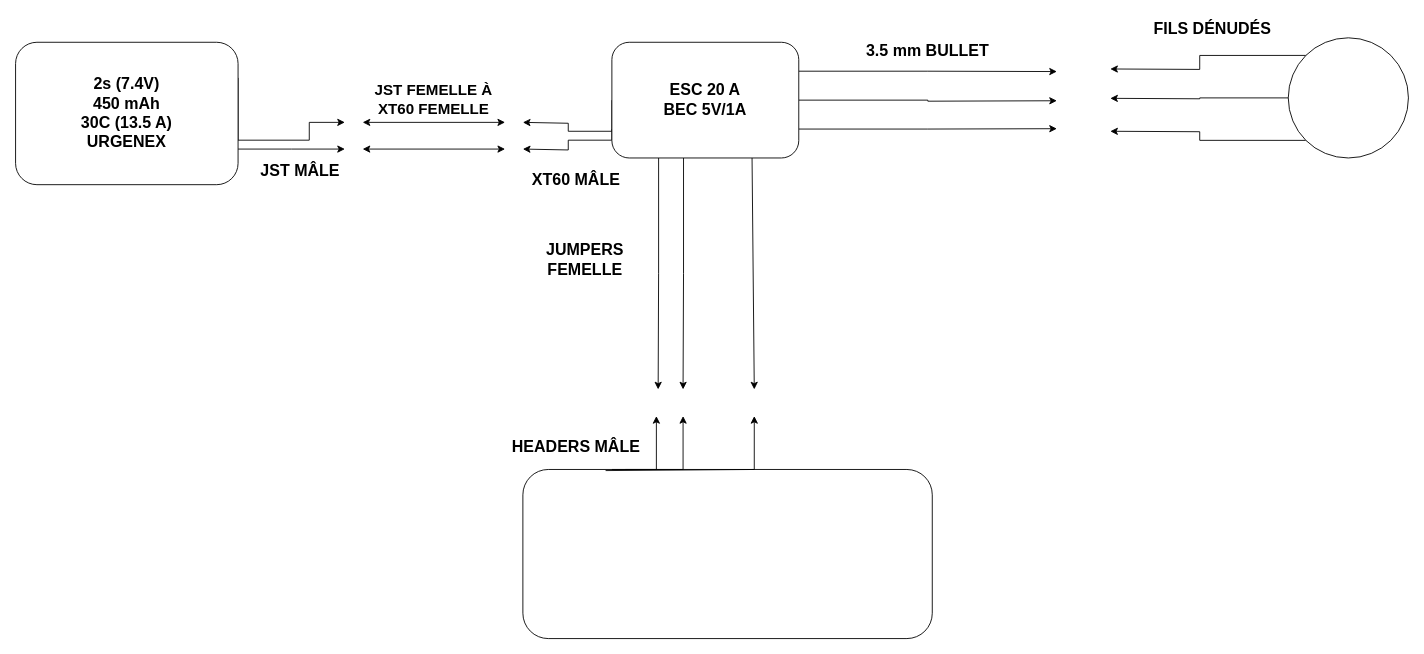
This is Untitled Diagram.drawio from Astro-Coco/Code_INSECt, a draw.io file, before an edit. Source tidied: cells renumbered, new cells numbered last; positions are measured from the earlier drawing's top-left corner, leaving out a move shared by most shapes. Both pictures are drawn from the tidied source at 89%, with x=0, y=0 at pixel (15, 15).
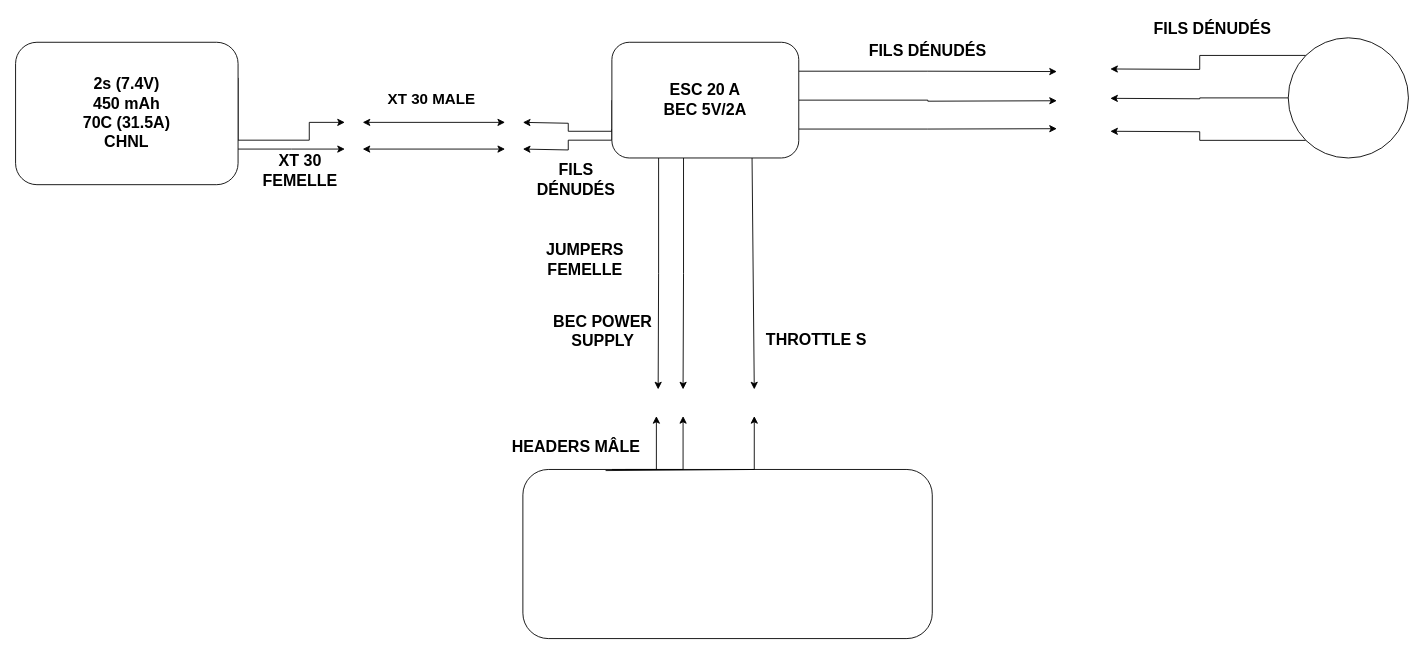
Above is the later version.

The edit, as a diff of the source:
```diff
@@
-    <mxCell id="4" value="&lt;font style=&quot;font-size: 18px;&quot;&gt;&lt;b&gt;2s (7.4V)&lt;/b&gt;&lt;/font&gt;&lt;div style=&quot;font-size: 18px;&quot;&gt;&lt;font style=&quot;font-size: 18px;&quot;&gt;&lt;b&gt;450 mAh&lt;/b&gt;&lt;/font&gt;&lt;/div&gt;&lt;div style=&quot;font-size: 18px;&quot;&gt;&lt;font style=&quot;font-size: 18px;&quot;&gt;&lt;b&gt;30C (13.5 A)&lt;br&gt;URGENEX&lt;/b&gt;&lt;/font&gt;&lt;/div&gt;" style="rounded=1;whiteSpace=wrap;html=1;" parent="1" vertex="1">
+    <mxCell id="4" value="&lt;font style=&quot;font-size: 18px;&quot;&gt;&lt;b&gt;2s (7.4V)&lt;/b&gt;&lt;/font&gt;&lt;div style=&quot;font-size: 18px;&quot;&gt;&lt;font style=&quot;font-size: 18px;&quot;&gt;&lt;b&gt;450 mAh&lt;/b&gt;&lt;/font&gt;&lt;/div&gt;&lt;div style=&quot;font-size: 18px;&quot;&gt;&lt;font style=&quot;font-size: 18px;&quot;&gt;&lt;b&gt;70C (31.5A)&lt;br&gt;CHNL&lt;/b&gt;&lt;/font&gt;&lt;/div&gt;" style="rounded=1;whiteSpace=wrap;html=1;" parent="1" vertex="1">
       <mxGeometry y="30" width="250" height="160" as="geometry" />
     </mxCell>
-    <mxCell id="5" value="&lt;b&gt;&lt;font style=&quot;font-size: 18px;&quot;&gt;JST MÂLE&lt;/font&gt;&lt;/b&gt;" style="text;html=1;align=center;verticalAlign=middle;whiteSpace=wrap;rounded=0;" parent="1" vertex="1">
+    <mxCell id="5" value="&lt;b&gt;&lt;font style=&quot;font-size: 18px;&quot;&gt;XT 30 FEMELLE&lt;/font&gt;&lt;/b&gt;" style="text;html=1;align=center;verticalAlign=middle;whiteSpace=wrap;rounded=0;" parent="1" vertex="1">
       <mxGeometry x="260" y="160" width="120" height="30" as="geometry" />
     </mxCell>
@@
-    <mxCell id="13" value="&lt;font style=&quot;font-size: 18px;&quot;&gt;&lt;b&gt;ESC 20 A&lt;/b&gt;&lt;/font&gt;&lt;div style=&quot;font-size: 18px;&quot;&gt;&lt;font style=&quot;font-size: 18px;&quot;&gt;&lt;b&gt;BEC 5V/1A&lt;/b&gt;&lt;/font&gt;&lt;/div&gt;" style="rounded=1;whiteSpace=wrap;html=1;" parent="1" vertex="1">
+    <mxCell id="13" value="&lt;font style=&quot;font-size: 18px;&quot;&gt;&lt;b&gt;ESC 20 A&lt;/b&gt;&lt;/font&gt;&lt;div style=&quot;font-size: 18px;&quot;&gt;&lt;font style=&quot;font-size: 18px;&quot;&gt;&lt;b&gt;BEC 5V/2A&lt;/b&gt;&lt;/font&gt;&lt;/div&gt;" style="rounded=1;whiteSpace=wrap;html=1;" parent="1" vertex="1">
       <mxGeometry x="670" y="30" width="210" height="130" as="geometry" />
     </mxCell>
@@
-    <mxCell id="16" value="&lt;b style=&quot;&quot;&gt;&lt;font style=&quot;font-size: 17px;&quot;&gt;JST FEMELLE À XT60 FEMELLE&lt;/font&gt;&lt;/b&gt;" style="text;html=1;align=center;verticalAlign=middle;whiteSpace=wrap;rounded=0;" parent="1" vertex="1">
+    <mxCell id="16" value="&lt;b style=&quot;&quot;&gt;&lt;font style=&quot;font-size: 17px;&quot;&gt;XT 30 MALE&amp;nbsp;&lt;/font&gt;&lt;/b&gt;" style="text;html=1;align=center;verticalAlign=middle;whiteSpace=wrap;rounded=0;" parent="1" vertex="1">
       <mxGeometry x="390" y="80" width="160" height="30" as="geometry" />
     </mxCell>
@@
-    <mxCell id="22" value="&lt;b style=&quot;&quot;&gt;&lt;font style=&quot;font-size: 18px;&quot;&gt;3.5 mm BULLET&lt;/font&gt;&lt;/b&gt;" style="text;html=1;align=center;verticalAlign=middle;whiteSpace=wrap;rounded=0;" parent="1" vertex="1">
+    <mxCell id="22" value="&lt;b style=&quot;&quot;&gt;&lt;font style=&quot;font-size: 18px;&quot;&gt;FILS DÉNUDÉS&lt;/font&gt;&lt;/b&gt;" style="text;html=1;align=center;verticalAlign=middle;whiteSpace=wrap;rounded=0;" parent="1" vertex="1">
       <mxGeometry x="940" y="25" width="170" height="30" as="geometry" />
     </mxCell>
@@
-    <mxCell id="25" value="&lt;b style=&quot;&quot;&gt;&lt;font style=&quot;font-size: 18px;&quot;&gt;XT60 MÂLE&lt;/font&gt;&lt;/b&gt;" style="text;html=1;align=center;verticalAlign=middle;whiteSpace=wrap;rounded=0;" parent="1" vertex="1">
+    <mxCell id="25" value="&lt;b style=&quot;&quot;&gt;&lt;font style=&quot;font-size: 18px;&quot;&gt;FILS DÉNUDÉS&lt;/font&gt;&lt;/b&gt;" style="text;html=1;align=center;verticalAlign=middle;whiteSpace=wrap;rounded=0;" parent="1" vertex="1">
       <mxGeometry x="570" y="170" width="120" height="30" as="geometry" />
     </mxCell>
@@
+    <mxCell id="31" value="&lt;b style=&quot;&quot;&gt;&lt;font style=&quot;font-size: 18px;&quot;&gt;BEC POWER SUPPLY&lt;/font&gt;&lt;/b&gt;" style="text;html=1;align=center;verticalAlign=middle;whiteSpace=wrap;rounded=0;" parent="1" vertex="1">
+      <mxGeometry x="600" y="340" width="120" height="30" as="geometry" />
+    </mxCell>
+    <mxCell id="32" value="&lt;b style=&quot;&quot;&gt;&lt;font style=&quot;font-size: 18px;&quot;&gt;THROTTLE S&lt;/font&gt;&lt;/b&gt;" style="text;html=1;align=center;verticalAlign=middle;whiteSpace=wrap;rounded=0;" parent="1" vertex="1">
+      <mxGeometry x="840" y="350" width="120" height="30" as="geometry" />
+    </mxCell>
```
